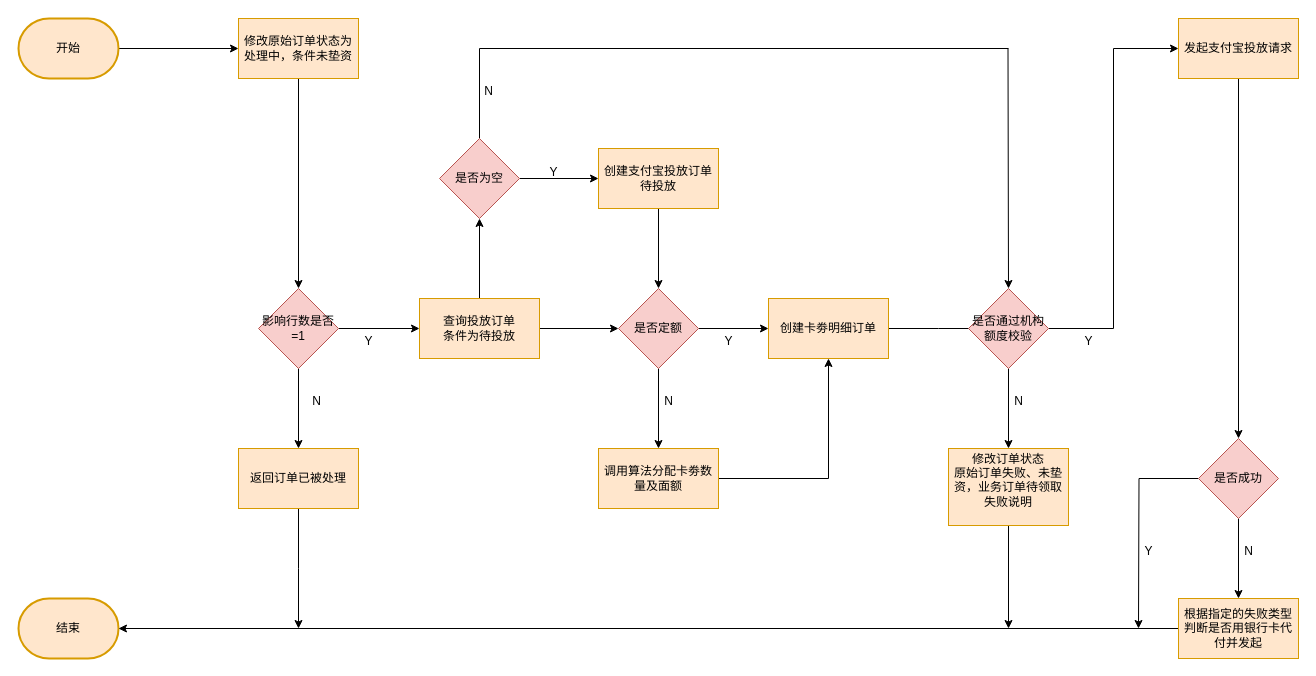
The draw.io diagram 支付宝投放流程.drawio in Jie33/draw, before the edit. Source tidied: cells renumbered, new cells numbered last; positions are measured from the earlier drawing's top-left corner, leaving out a move shared by most shapes. Both pictures are drawn from the tidied source at 100%, with x=0, y=0 at pixel (18, 18).
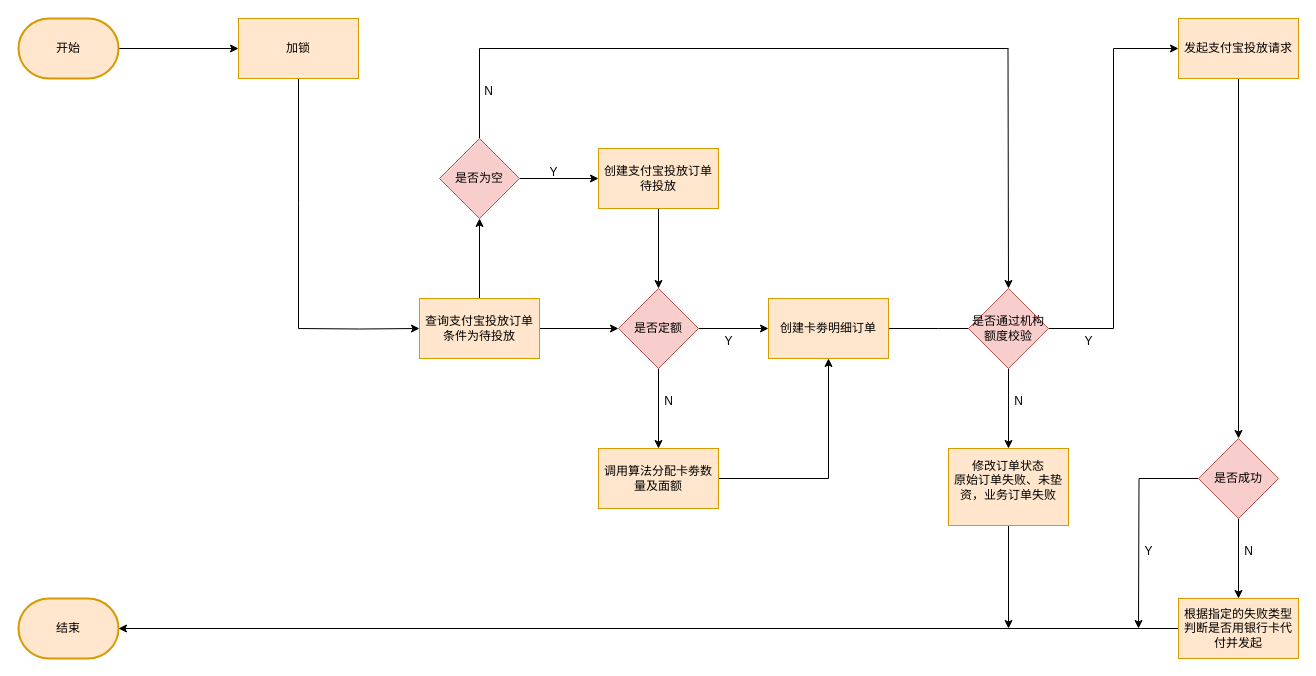
Above is the later version.

Commit message:
更新支付宝投放流程.drawio

Diff of the diagram source:
```diff
@@
-    <mxCell id="6" value="查询投放订单&lt;div&gt;条件为待投放&lt;/div&gt;" style="rounded=0;whiteSpace=wrap;html=1;fillColor=#ffe6cc;strokeColor=#d79b00;" parent="1" vertex="1">
+    <mxCell id="6" value="查询支付宝投放订单&lt;div&gt;条件为待投放&lt;/div&gt;" style="rounded=0;whiteSpace=wrap;html=1;fillColor=#ffe6cc;strokeColor=#d79b00;" parent="1" vertex="1">
       <mxGeometry x="401" y="280" width="120" height="60" as="geometry" />
     </mxCell>
@@
-    <mxCell id="21" style="edgeStyle=orthogonalEdgeStyle;rounded=0;jettySize=auto;html=1;" parent="1" edge="1" source="22" target="25">
-      <mxGeometry relative="1" as="geometry" />
+    <mxCell id="21" style="edgeStyle=orthogonalEdgeStyle;rounded=0;jettySize=auto;html=1;endArrow=none;endFill=0;" parent="1" edge="1" source="22">
+      <mxGeometry relative="1" as="geometry">
+        <mxPoint x="280" y="310" as="targetPoint" />
+      </mxGeometry>
     </mxCell>
-    <mxCell id="22" value="修改原始订单状态为处理中，条件未垫资" style="rounded=0;whiteSpace=wrap;html=1;fillColor=#ffe6cc;strokeColor=#d79b00;" parent="1" vertex="1">
+    <mxCell id="22" value="加锁" style="rounded=0;whiteSpace=wrap;html=1;fillColor=#ffe6cc;strokeColor=#d79b00;" parent="1" vertex="1">
       <mxGeometry x="220" width="120" height="60" as="geometry" />
     </mxCell>
-    <mxCell id="23" style="edgeStyle=orthogonalEdgeStyle;rounded=0;jettySize=auto;html=1;" parent="1" edge="1" source="25" target="27">
-      <mxGeometry relative="1" as="geometry" />
-    </mxCell>
-    <mxCell id="24" style="edgeStyle=orthogonalEdgeStyle;rounded=0;jettySize=auto;html=1;" parent="1" edge="1" source="25" target="6">
-      <mxGeometry relative="1" as="geometry" />
+    <mxCell id="24" style="edgeStyle=orthogonalEdgeStyle;rounded=0;jettySize=auto;html=1;" parent="1" edge="1" target="6">
+      <mxGeometry relative="1" as="geometry">
+        <mxPoint x="280" y="310" as="sourcePoint" />
+      </mxGeometry>
     </mxCell>
-    <mxCell id="25" value="影响行数是否=1" style="rhombus;whiteSpace=wrap;html=1;fillColor=#f8cecc;strokeColor=#b85450;" parent="1" vertex="1">
-      <mxGeometry x="240" y="270" width="80" height="80" as="geometry" />
-    </mxCell>
-    <mxCell id="26" style="edgeStyle=orthogonalEdgeStyle;rounded=0;jettySize=auto;html=1;" parent="1" edge="1" source="27">
-      <mxGeometry relative="1" as="geometry">
-        <mxPoint x="280" y="610" as="targetPoint" />
-      </mxGeometry>
-    </mxCell>
-    <mxCell id="27" value="返回订单已被处理" style="rounded=0;whiteSpace=wrap;html=1;fillColor=#ffe6cc;strokeColor=#d79b00;" parent="1" vertex="1">
-      <mxGeometry x="220" y="430" width="120" height="60" as="geometry" />
-    </mxCell>
@@
-    <mxCell id="29" value="修改订单状态&lt;div&gt;原始订单失败、未垫资，&lt;span style=&quot;background-color: initial;&quot;&gt;业务订单待领取&lt;/span&gt;&lt;/div&gt;&lt;div&gt;&lt;span style=&quot;background-color: initial;&quot;&gt;失败说明&lt;/span&gt;&lt;/div&gt;&lt;div&gt;&lt;br&gt;&lt;/div&gt;" style="rounded=0;whiteSpace=wrap;html=1;fillColor=#ffe6cc;strokeColor=#d79b00;" parent="1" vertex="1">
+    <mxCell id="29" value="修改订单状态&lt;div&gt;原始订单失败、未垫资，&lt;span style=&quot;background-color: initial;&quot;&gt;业务订单失败&lt;/span&gt;&lt;/div&gt;&lt;div&gt;&lt;br&gt;&lt;/div&gt;" style="rounded=0;whiteSpace=wrap;html=1;fillColor=#ffe6cc;strokeColor=#d79b00;" parent="1" vertex="1">
       <mxGeometry x="930" y="430" width="120" height="77" as="geometry" />
     </mxCell>
@@
-    <mxCell id="35" value="Y" style="text;html=1;align=center;verticalAlign=middle;strokeColor=none;fillColor=none;" parent="1" vertex="1">
-      <mxGeometry x="335" y="308" width="30" height="30" as="geometry" />
-    </mxCell>
-    <mxCell id="36" value="N" style="text;html=1;align=center;verticalAlign=middle;strokeColor=none;fillColor=none;" parent="1" vertex="1">
-      <mxGeometry x="283" y="368" width="30" height="30" as="geometry" />
-    </mxCell>
```
